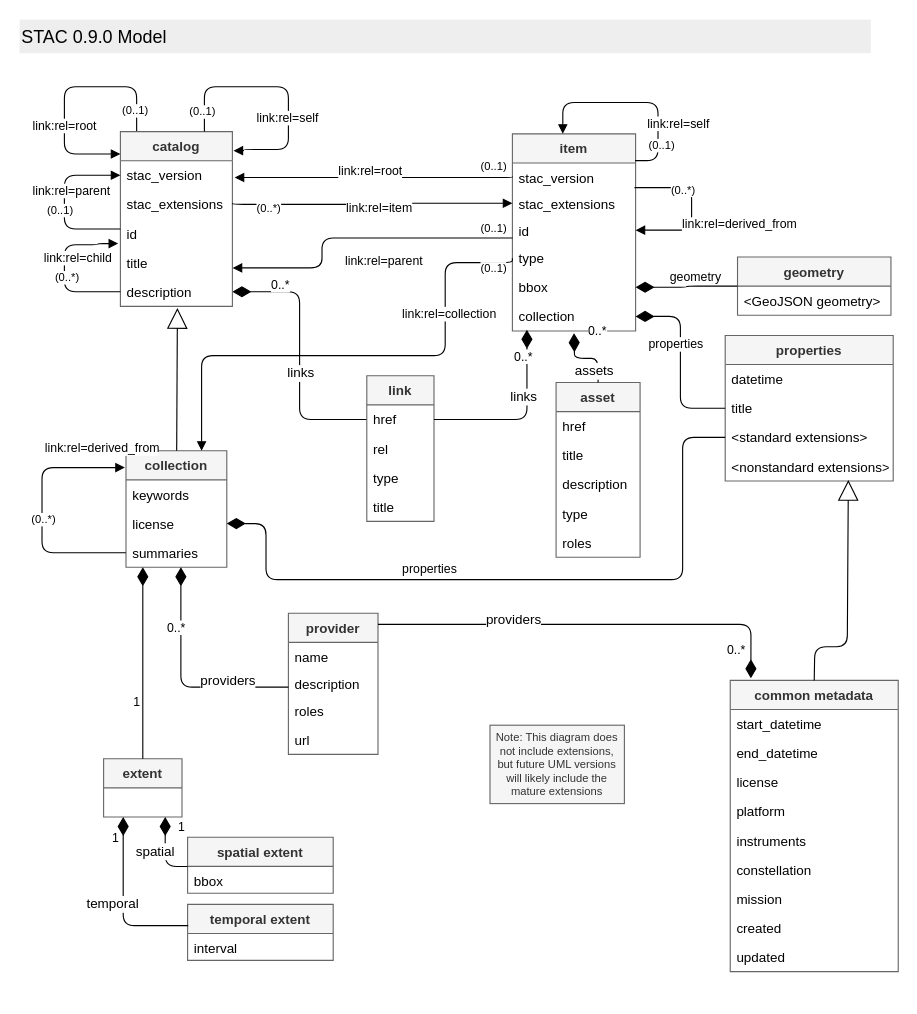
The draw.io diagram STAC-UML.drawio in radiantearth/stac-spec, before the edit. Source tidied: cells renumbered, new cells numbered last; positions are measured from the earlier drawing's top-left corner, leaving out a move shared by most shapes. Both pictures are drawn from the tidied source at 112%, with x=0, y=0 at pixel (19, 19).
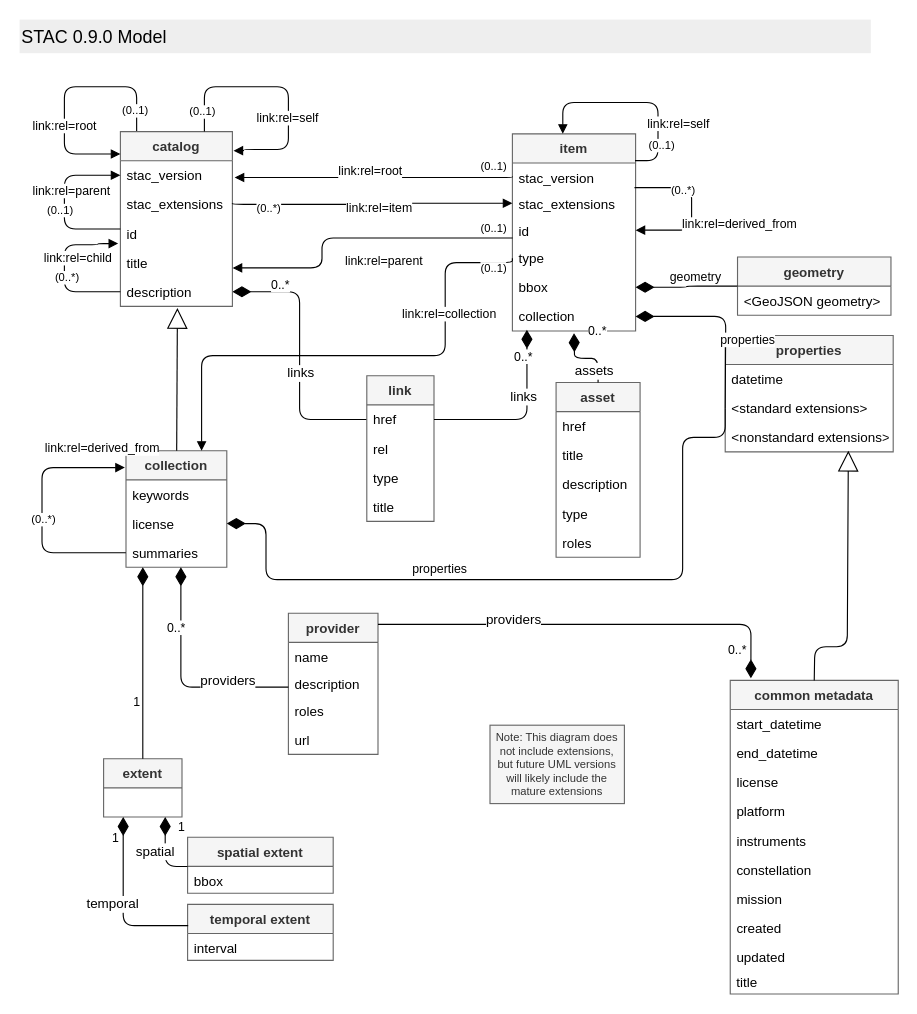
After the change.

Commit message (it also covers changes not shown here):
moved title from properties to common metadata

The change refers to these unchanged cells:
```xml
<mxCell id="24" value="collection" style="text;strokeColor=none;fillColor=none;align=left;verticalAlign=top;spacingLeft=4;spacingRight=4;overflow=hidden;points=[[0,0.5],[1,0.5]];portConstraint=eastwest;" parent="16" vertex="1">
  <mxGeometry y="150" width="110" height="26" as="geometry" />
</mxCell>
```

What changed in the source:
```diff
@@
     <mxCell id="40" value="properties" style="swimlane;fontStyle=1;horizontal=1;startSize=26;fillColor=#f5f5f5;strokeColor=#666666;fontColor=#333333;spacing=2;" parent="1" vertex="1">
-      <mxGeometry x="630" y="282" width="150" height="130" as="geometry" />
+      <mxGeometry x="630" y="282" width="150" height="104" as="geometry" />
     </mxCell>
@@
-    <mxCell id="42" value="title" style="text;strokeColor=none;fillColor=none;align=left;verticalAlign=top;spacingLeft=4;spacingRight=4;overflow=hidden;points=[[0,0.5],[1,0.5]];portConstraint=eastwest;" parent="40" vertex="1">
-      <mxGeometry y="52" width="150" height="26" as="geometry" />
-    </mxCell>
     <mxCell id="43" value="&lt;standard extensions&gt;" style="text;strokeColor=none;fillColor=none;align=left;verticalAlign=top;spacingLeft=4;spacingRight=4;overflow=hidden;points=[[0,0.5],[1,0.5]];portConstraint=eastwest;" parent="40" vertex="1">
-      <mxGeometry y="78" width="150" height="26" as="geometry" />
+      <mxGeometry y="52" width="150" height="26" as="geometry" />
     </mxCell>
     <mxCell id="44" value="&lt;nonstandard extensions&gt;" style="text;strokeColor=none;fillColor=none;align=left;verticalAlign=top;spacingLeft=4;spacingRight=4;overflow=hidden;points=[[0,0.5],[1,0.5]];portConstraint=eastwest;" parent="40" vertex="1">
-      <mxGeometry y="104" width="150" height="26" as="geometry" />
+      <mxGeometry y="78" width="150" height="26" as="geometry" />
     </mxCell>
@@
-    <mxCell id="46" value="properties" style="endArrow=none;html=1;endSize=12;startArrow=diamondThin;startSize=14;startFill=1;edgeStyle=orthogonalEdgeStyle;align=left;verticalAlign=bottom;entryX=0;entryY=0.5;entryDx=0;entryDy=0;endFill=0;" parent="1" edge="1" source="24" target="42">
-      <mxGeometry x="-0.09" y="-30" relative="1" as="geometry" />
+    <mxCell id="46" value="properties" style="endArrow=none;html=1;endSize=12;startArrow=diamondThin;startSize=14;startFill=1;edgeStyle=orthogonalEdgeStyle;align=left;verticalAlign=bottom;entryX=0;entryY=0.5;entryDx=0;entryDy=0;endFill=0;" parent="1" edge="1" source="24">
+      <mxGeometry x="-0.09" y="-30" relative="1" as="geometry">
+        <mxPoint x="630" y="347" as="targetPoint" />
+      </mxGeometry>
     </mxCell>
@@
     <mxCell id="82" value="common metadata" style="swimlane;fontStyle=1;horizontal=1;startSize=26;fillColor=#f5f5f5;strokeColor=#666666;fontColor=#333333;spacing=2;" parent="1" vertex="1">
-      <mxGeometry x="634.5" y="590" width="150" height="260" as="geometry" />
+      <mxGeometry x="634.5" y="590" width="150" height="280" as="geometry" />
     </mxCell>
@@
+    <mxCell id="42" value="&lt;span&gt;&amp;nbsp;title&lt;/span&gt;" style="text;html=1;align=left;verticalAlign=middle;points=[];" parent="82" vertex="1">
+      <mxGeometry y="260" width="150" height="20" as="geometry" />
+    </mxCell>
```
